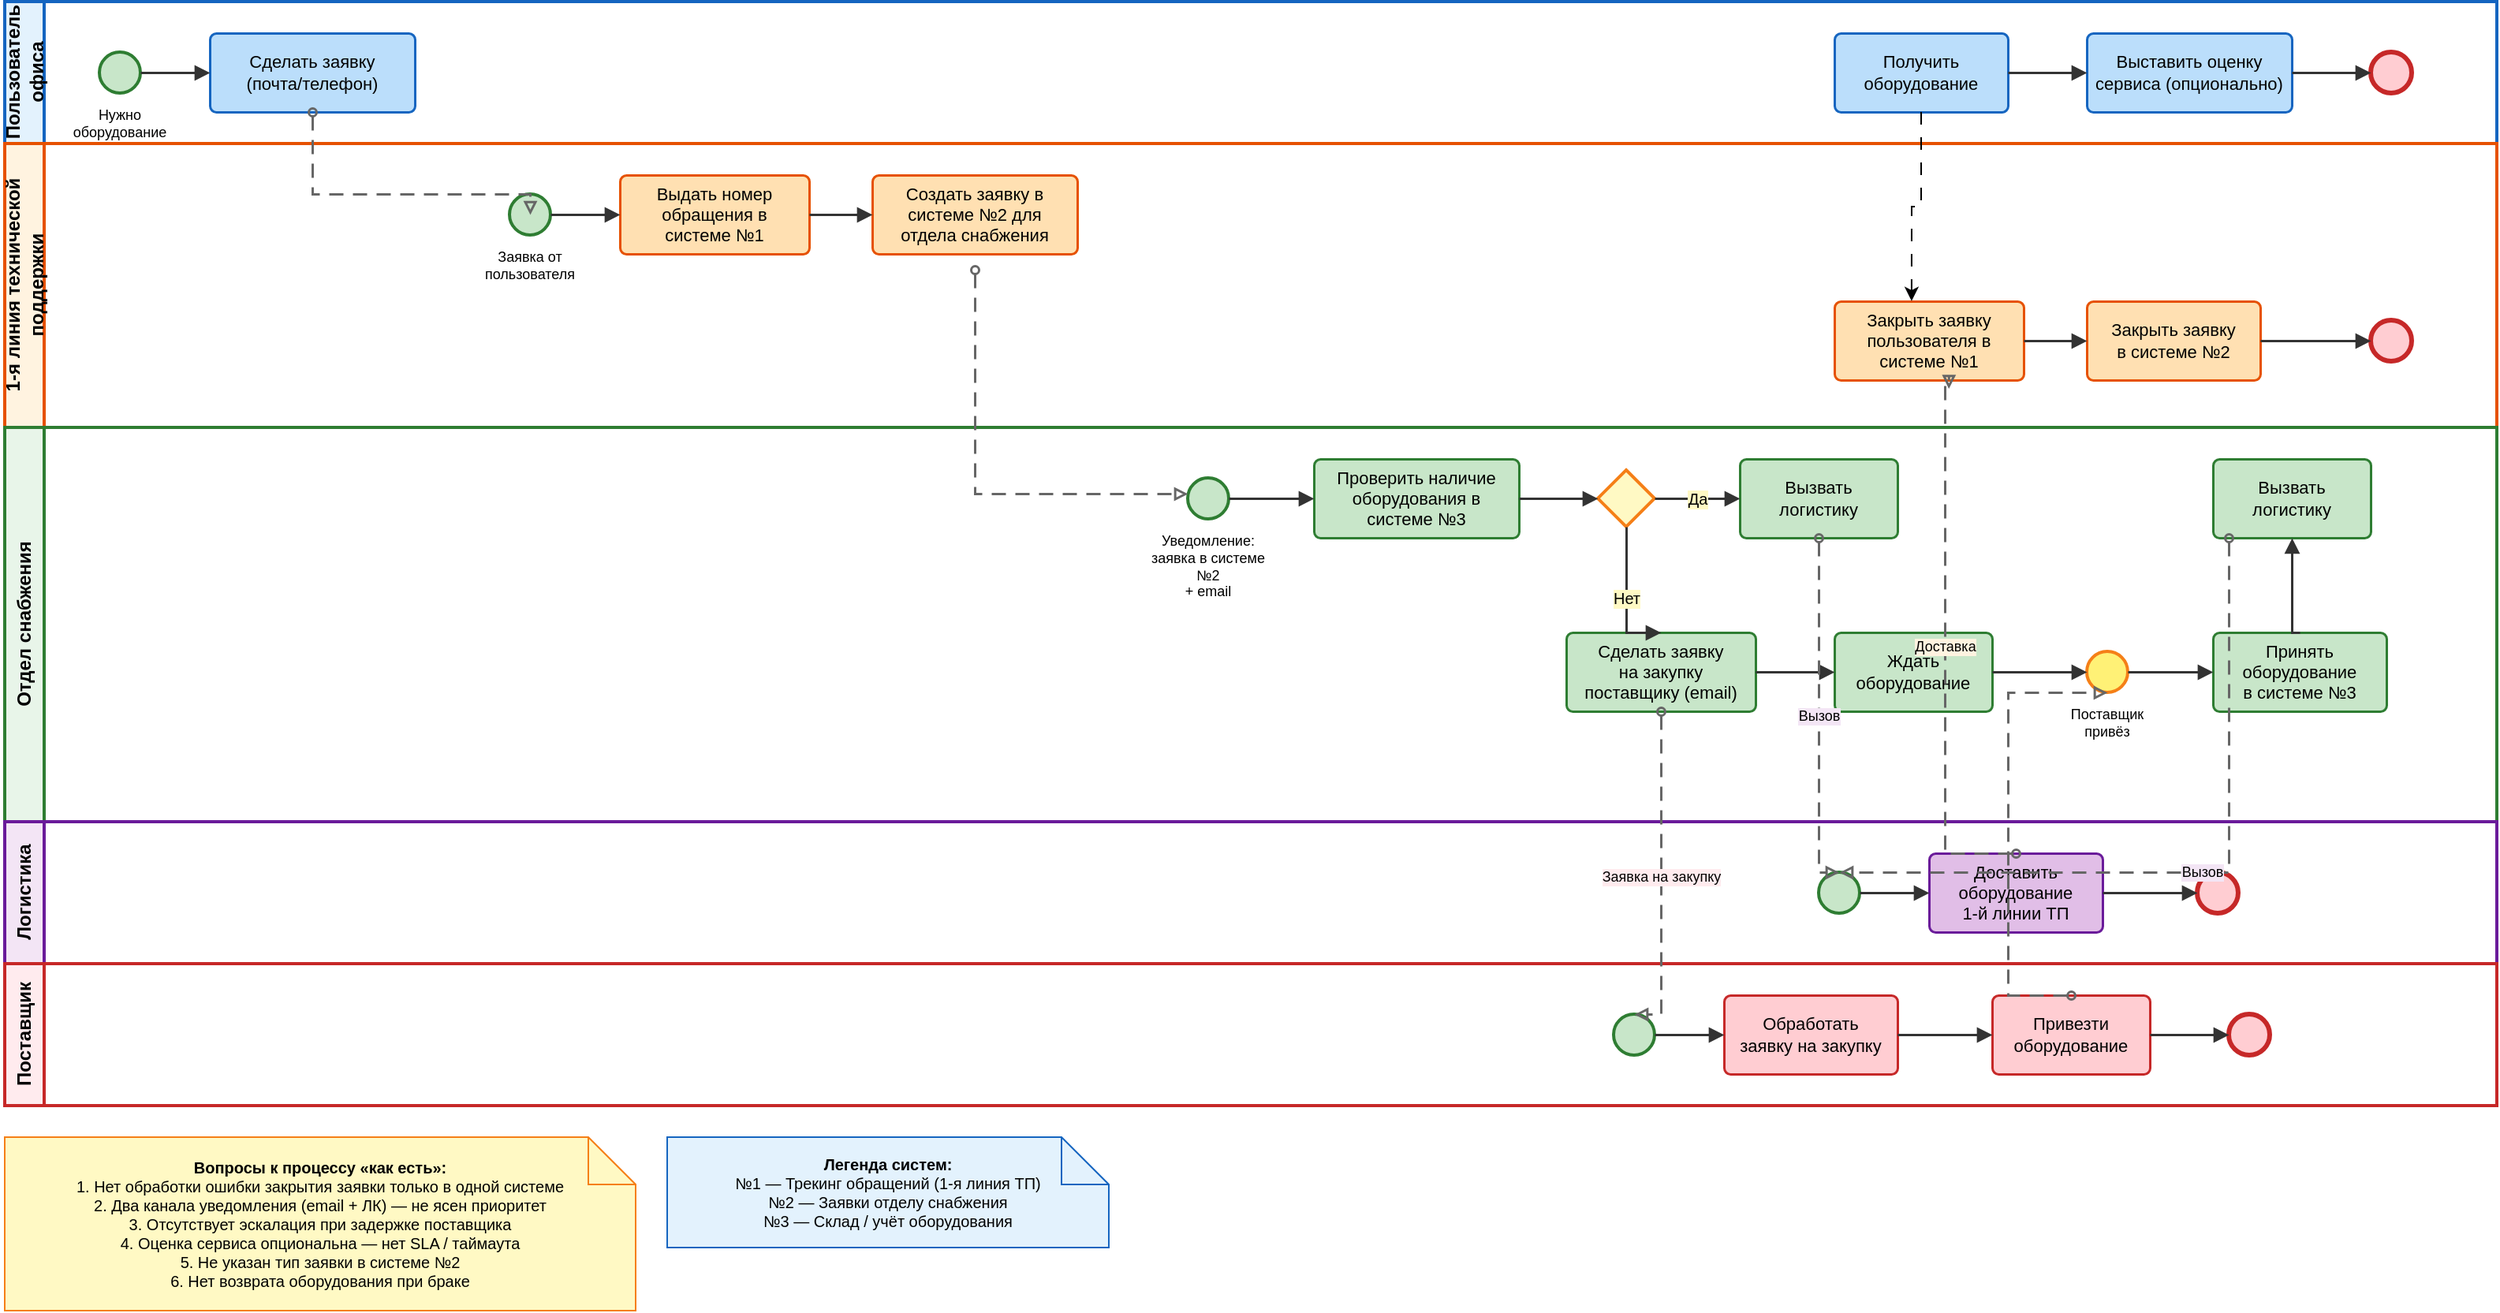
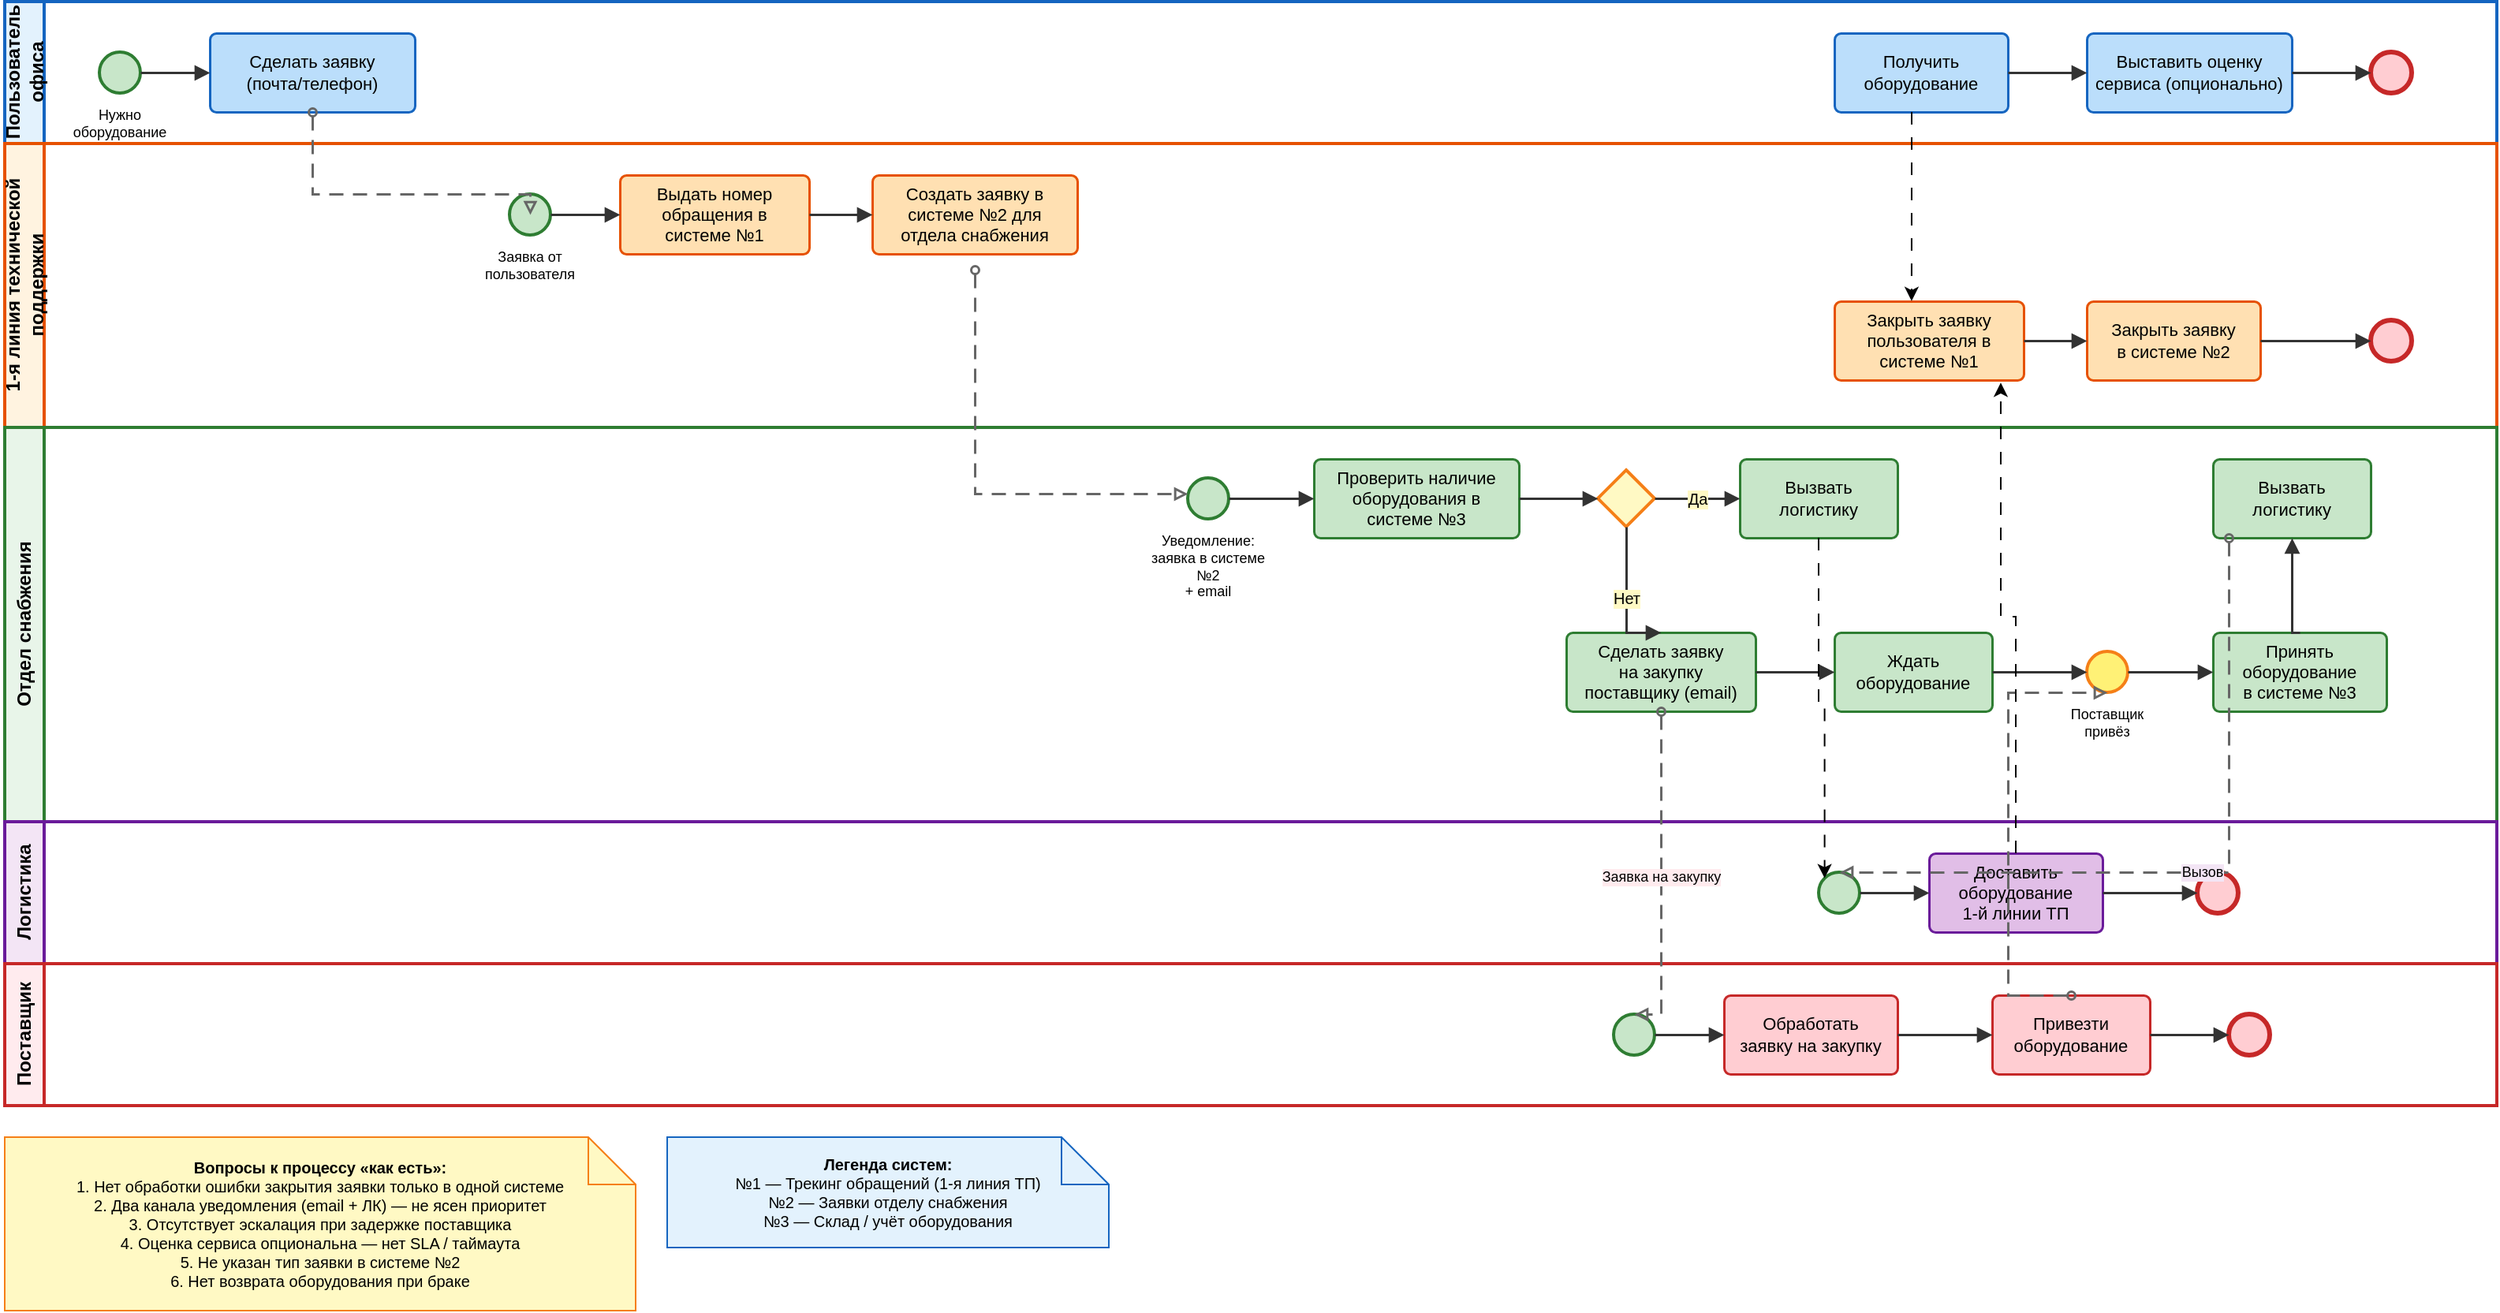
<mxfile host="app.diagrams.net" agent="Kimi">
  <diagram name="BPMN IT Equipment" id="it-equipment-bpmn">
    <mxGraphModel dx="2308" dy="875" grid="1" gridSize="10" guides="1" tooltips="1" connect="1" arrows="1" fold="1" page="1" pageScale="1" pageWidth="1700" pageHeight="1100" math="0" shadow="0">
      <root>
        <mxCell id="0" />
        <mxCell id="1" parent="0" />
        <mxCell id="pool-user" parent="1" style="swimlane;horizontal=0;startSize=25;swimlaneLine=1;collapsible=0;fontStyle=1;fillColor=#E3F2FD;strokeColor=#1565C0;strokeWidth=2;fontSize=12;whiteSpace=wrap;" value="Пользователь офиса" vertex="1">
          <mxGeometry height="90" width="1580" x="40" y="40" as="geometry" />
        </mxCell>
        <mxCell id="start-user" parent="pool-user" style="ellipse;whiteSpace=wrap;html=1;aspect=fixed;fillColor=#C8E6C9;strokeColor=#2E7D32;strokeWidth=2;" value="" vertex="1">
          <mxGeometry height="26" width="26" x="60" y="32" as="geometry" />
        </mxCell>
        <mxCell id="lbl-start-user" parent="pool-user" style="text;html=1;strokeColor=none;fillColor=none;align=center;verticalAlign=top;whiteSpace=wrap;rounded=0;fontSize=9;" value="Нужно&#xa;оборудование" vertex="1">
          <mxGeometry height="28" width="60" x="43" y="60" as="geometry" />
        </mxCell>
        <mxCell id="task-req" parent="pool-user" style="rounded=1;whiteSpace=wrap;html=1;arcSize=8;fillColor=#BBDEFB;strokeColor=#1565C0;strokeWidth=1.5;fontSize=11;" value="Сделать заявку&#xa;(почта/телефон)" vertex="1">
          <mxGeometry height="50" width="130" x="130" y="20" as="geometry" />
        </mxCell>
        <mxCell id="task-receive" parent="pool-user" style="rounded=1;whiteSpace=wrap;html=1;arcSize=8;fillColor=#BBDEFB;strokeColor=#1565C0;strokeWidth=1.5;fontSize=11;" value="Получить&#xa;оборудование" vertex="1">
          <mxGeometry height="50" width="110" x="1160" y="20" as="geometry" />
        </mxCell>
        <mxCell id="task-rate" parent="pool-user" style="rounded=1;whiteSpace=wrap;html=1;arcSize=8;fillColor=#BBDEFB;strokeColor=#1565C0;strokeWidth=1.5;fontSize=11;" value="Выставить оценку&#xa;сервиса (опционально)" vertex="1">
          <mxGeometry height="50" width="130" x="1320" y="20" as="geometry" />
        </mxCell>
        <mxCell id="end-user" parent="pool-user" style="ellipse;whiteSpace=wrap;html=1;aspect=fixed;fillColor=#FFCDD2;strokeColor=#C62828;strokeWidth=3;" value="" vertex="1">
          <mxGeometry height="26" width="26" x="1500" y="32" as="geometry" />
        </mxCell>
        <mxCell id="sf1" edge="1" parent="pool-user" source="start-user" style="edgeStyle=orthogonalEdgeStyle;rounded=0;orthogonalLoop=1;jettySize=auto;html=1;exitX=1;exitY=0.5;exitDx=0;exitDy=0;entryX=0;entryY=0.5;entryDx=0;entryDy=0;strokeColor=#333333;strokeWidth=1.5;endArrow=block;endFill=1;" target="task-req" value="">
          <mxGeometry relative="1" as="geometry" />
        </mxCell>
        <mxCell id="sf2" edge="1" parent="pool-user" source="task-receive" style="edgeStyle=orthogonalEdgeStyle;rounded=0;orthogonalLoop=1;jettySize=auto;html=1;exitX=1;exitY=0.5;exitDx=0;exitDy=0;entryX=0;entryY=0.5;entryDx=0;entryDy=0;strokeColor=#333333;strokeWidth=1.5;endArrow=block;endFill=1;" target="task-rate" value="">
          <mxGeometry relative="1" as="geometry" />
        </mxCell>
        <mxCell id="sf3" edge="1" parent="pool-user" source="task-rate" style="edgeStyle=orthogonalEdgeStyle;rounded=0;orthogonalLoop=1;jettySize=auto;html=1;exitX=1;exitY=0.5;exitDx=0;exitDy=0;entryX=0;entryY=0.5;entryDx=0;entryDy=0;strokeColor=#333333;strokeWidth=1.5;endArrow=block;endFill=1;" target="end-user" value="">
          <mxGeometry relative="1" as="geometry" />
        </mxCell>
        <mxCell id="pool-l1" parent="1" style="swimlane;horizontal=0;startSize=25;swimlaneLine=1;collapsible=0;fontStyle=1;fillColor=#FFF3E0;strokeColor=#E65100;strokeWidth=2;fontSize=12;whiteSpace=wrap;" value="1-я линия технической поддержки" vertex="1">
          <mxGeometry height="180" width="1580" x="40" y="130" as="geometry" />
        </mxCell>
        <mxCell id="start-l1" parent="pool-l1" style="ellipse;whiteSpace=wrap;html=1;aspect=fixed;fillColor=#C8E6C9;strokeColor=#2E7D32;strokeWidth=2;" value="" vertex="1">
          <mxGeometry height="26" width="26" x="320" y="32" as="geometry" />
        </mxCell>
        <mxCell id="lbl-start-l1" parent="pool-l1" style="text;html=1;strokeColor=none;fillColor=none;align=center;verticalAlign=top;whiteSpace=wrap;rounded=0;fontSize=9;" value="Заявка от&#xa;пользователя" vertex="1">
          <mxGeometry height="28" width="60" x="303" y="60" as="geometry" />
        </mxCell>
        <mxCell id="task-ticket1" parent="pool-l1" style="rounded=1;whiteSpace=wrap;html=1;arcSize=8;fillColor=#FFE0B2;strokeColor=#E65100;strokeWidth=1.5;fontSize=11;" value="Выдать номер&#xa;обращения в&#xa;системе №1" vertex="1">
          <mxGeometry height="50" width="120" x="390" y="20" as="geometry" />
        </mxCell>
        <mxCell id="task-create-req" parent="pool-l1" style="rounded=1;whiteSpace=wrap;html=1;arcSize=8;fillColor=#FFE0B2;strokeColor=#E65100;strokeWidth=1.5;fontSize=11;" value="Создать заявку в&#xa;системе №2 для&#xa;отдела снабжения" vertex="1">
          <mxGeometry height="50" width="130" x="550" y="20" as="geometry" />
        </mxCell>
        <mxCell id="task-close1" parent="pool-l1" style="rounded=1;whiteSpace=wrap;html=1;arcSize=8;fillColor=#FFE0B2;strokeColor=#E65100;strokeWidth=1.5;fontSize=11;" value="Закрыть заявку&#xa;пользователя в&#xa;системе №1" vertex="1">
          <mxGeometry height="50" width="120" x="1160" y="100" as="geometry" />
        </mxCell>
        <mxCell id="task-close2" parent="pool-l1" style="rounded=1;whiteSpace=wrap;html=1;arcSize=8;fillColor=#FFE0B2;strokeColor=#E65100;strokeWidth=1.5;fontSize=11;" value="Закрыть заявку&#xa;в системе №2" vertex="1">
          <mxGeometry height="50" width="110" x="1320" y="100" as="geometry" />
        </mxCell>
        <mxCell id="end-l1" parent="pool-l1" style="ellipse;whiteSpace=wrap;html=1;aspect=fixed;fillColor=#FFCDD2;strokeColor=#C62828;strokeWidth=3;" value="" vertex="1">
          <mxGeometry height="26" width="26" x="1500" y="112" as="geometry" />
        </mxCell>
        <mxCell id="sf4" edge="1" parent="pool-l1" source="start-l1" style="edgeStyle=orthogonalEdgeStyle;rounded=0;orthogonalLoop=1;jettySize=auto;html=1;exitX=1;exitY=0.5;exitDx=0;exitDy=0;entryX=0;entryY=0.5;entryDx=0;entryDy=0;strokeColor=#333333;strokeWidth=1.5;endArrow=block;endFill=1;" target="task-ticket1" value="">
          <mxGeometry relative="1" as="geometry" />
        </mxCell>
        <mxCell id="sf5" edge="1" parent="pool-l1" source="task-ticket1" style="edgeStyle=orthogonalEdgeStyle;rounded=0;orthogonalLoop=1;jettySize=auto;html=1;exitX=1;exitY=0.5;exitDx=0;exitDy=0;entryX=0;entryY=0.5;entryDx=0;entryDy=0;strokeColor=#333333;strokeWidth=1.5;endArrow=block;endFill=1;" target="task-create-req" value="">
          <mxGeometry relative="1" as="geometry" />
        </mxCell>
        <mxCell id="sf6" edge="1" parent="pool-l1" source="task-close1" style="edgeStyle=orthogonalEdgeStyle;rounded=0;orthogonalLoop=1;jettySize=auto;html=1;exitX=1;exitY=0.5;exitDx=0;exitDy=0;entryX=0;entryY=0.5;entryDx=0;entryDy=0;strokeColor=#333333;strokeWidth=1.5;endArrow=block;endFill=1;" target="task-close2" value="">
          <mxGeometry relative="1" as="geometry" />
        </mxCell>
        <mxCell id="sf7" edge="1" parent="pool-l1" source="task-close2" style="edgeStyle=orthogonalEdgeStyle;rounded=0;orthogonalLoop=1;jettySize=auto;html=1;exitX=1;exitY=0.5;exitDx=0;exitDy=0;entryX=0;entryY=0.5;entryDx=0;entryDy=0;strokeColor=#333333;strokeWidth=1.5;endArrow=block;endFill=1;" target="end-l1" value="">
          <mxGeometry relative="1" as="geometry" />
        </mxCell>
        <mxCell id="pool-supply" parent="1" style="swimlane;horizontal=0;startSize=25;swimlaneLine=1;collapsible=0;fontStyle=1;fillColor=#E8F5E9;strokeColor=#2E7D32;strokeWidth=2;fontSize=12;whiteSpace=wrap;" value="Отдел снабжения" vertex="1">
          <mxGeometry height="250" width="1580" x="40" y="310" as="geometry" />
        </mxCell>
        <mxCell id="start-supply" parent="pool-supply" style="ellipse;whiteSpace=wrap;html=1;aspect=fixed;fillColor=#C8E6C9;strokeColor=#2E7D32;strokeWidth=2;" value="" vertex="1">
          <mxGeometry height="26" width="26" x="750" y="32" as="geometry" />
        </mxCell>
        <mxCell id="lbl-start-supply" parent="pool-supply" style="text;html=1;strokeColor=none;fillColor=none;align=center;verticalAlign=top;whiteSpace=wrap;rounded=0;fontSize=9;" value="Уведомление:&#xa;заявка в системе №2&#xa;+ email" vertex="1">
          <mxGeometry height="36" width="86" x="720" y="60" as="geometry" />
        </mxCell>
        <mxCell id="task-check" parent="pool-supply" style="rounded=1;whiteSpace=wrap;html=1;arcSize=8;fillColor=#C8E6C9;strokeColor=#2E7D32;strokeWidth=1.5;fontSize=11;" value="Проверить наличие&#xa;оборудования в&#xa;системе №3" vertex="1">
          <mxGeometry height="50" width="130" x="830" y="20" as="geometry" />
        </mxCell>
        <mxCell id="gateway-check" parent="pool-supply" style="rhombus;whiteSpace=wrap;html=1;fillColor=#FFF9C4;strokeColor=#F57F17;strokeWidth=2;" value="" vertex="1">
          <mxGeometry height="36" width="36" x="1010" y="27" as="geometry" />
        </mxCell>
        <mxCell id="task-call-log-yes" parent="pool-supply" style="rounded=1;whiteSpace=wrap;html=1;arcSize=8;fillColor=#C8E6C9;strokeColor=#2E7D32;strokeWidth=1.5;fontSize=11;" value="Вызвать&#xa;логистику" vertex="1">
          <mxGeometry height="50" width="100" x="1100" y="20" as="geometry" />
        </mxCell>
        <mxCell id="task-order" parent="pool-supply" style="rounded=1;whiteSpace=wrap;html=1;arcSize=8;fillColor=#C8E6C9;strokeColor=#2E7D32;strokeWidth=1.5;fontSize=11;" value="Сделать заявку&#xa;на закупку&#xa;поставщику (email)" vertex="1">
          <mxGeometry height="50" width="120" x="990" y="130" as="geometry" />
        </mxCell>
        <mxCell id="task-wait" parent="pool-supply" style="rounded=1;whiteSpace=wrap;html=1;arcSize=8;fillColor=#C8E6C9;strokeColor=#2E7D32;strokeWidth=1.5;fontSize=11;" value="Ждать&#xa;оборудование" vertex="1">
          <mxGeometry height="50" width="100" x="1160" y="130" as="geometry" />
        </mxCell>
        <mxCell id="event-receive" parent="pool-supply" style="ellipse;whiteSpace=wrap;html=1;aspect=fixed;fillColor=#FFF176;strokeColor=#F57F17;strokeWidth=2;" value="" vertex="1">
          <mxGeometry height="26" width="26" x="1320" y="142" as="geometry" />
        </mxCell>
        <mxCell id="lbl-receive" parent="pool-supply" style="text;html=1;strokeColor=none;fillColor=none;align=center;verticalAlign=top;whiteSpace=wrap;rounded=0;fontSize=9;" value="Поставщик&#xa;привёз" vertex="1">
          <mxGeometry height="24" width="60" x="1303" y="170" as="geometry" />
        </mxCell>
        <mxCell id="task-accept" parent="pool-supply" style="rounded=1;whiteSpace=wrap;html=1;arcSize=8;fillColor=#C8E6C9;strokeColor=#2E7D32;strokeWidth=1.5;fontSize=11;" value="Принять&#xa;оборудование&#xa;в системе №3" vertex="1">
          <mxGeometry height="50" width="110" x="1400" y="130" as="geometry" />
        </mxCell>
        <mxCell id="task-call-log-no" parent="pool-supply" style="rounded=1;whiteSpace=wrap;html=1;arcSize=8;fillColor=#C8E6C9;strokeColor=#2E7D32;strokeWidth=1.5;fontSize=11;" value="Вызвать&#xa;логистику" vertex="1">
          <mxGeometry height="50" width="100" x="1400" y="20" as="geometry" />
        </mxCell>
        <mxCell id="sf8" edge="1" parent="pool-supply" source="start-supply" style="edgeStyle=orthogonalEdgeStyle;rounded=0;orthogonalLoop=1;jettySize=auto;html=1;exitX=1;exitY=0.5;exitDx=0;exitDy=0;entryX=0;entryY=0.5;entryDx=0;entryDy=0;strokeColor=#333333;strokeWidth=1.5;endArrow=block;endFill=1;" target="task-check" value="">
          <mxGeometry relative="1" as="geometry" />
        </mxCell>
        <mxCell id="sf9" edge="1" parent="pool-supply" source="task-check" style="edgeStyle=orthogonalEdgeStyle;rounded=0;orthogonalLoop=1;jettySize=auto;html=1;exitX=1;exitY=0.5;exitDx=0;exitDy=0;entryX=0;entryY=0.5;entryDx=0;entryDy=0;strokeColor=#333333;strokeWidth=1.5;endArrow=block;endFill=1;" target="gateway-check" value="">
          <mxGeometry relative="1" as="geometry" />
        </mxCell>
        <mxCell id="sf10" edge="1" parent="pool-supply" source="gateway-check" style="edgeStyle=orthogonalEdgeStyle;rounded=0;orthogonalLoop=1;jettySize=auto;html=1;exitX=1;exitY=0.5;exitDx=0;exitDy=0;entryX=0;entryY=0.5;entryDx=0;entryDy=0;strokeColor=#333333;strokeWidth=1.5;endArrow=block;endFill=1;labelBackgroundColor=#FFF9C4;fontSize=10;" target="task-call-log-yes" value="Да">
          <mxGeometry relative="1" as="geometry" />
        </mxCell>
        <mxCell id="sf11" edge="1" parent="pool-supply" source="gateway-check" style="edgeStyle=orthogonalEdgeStyle;rounded=0;orthogonalLoop=1;jettySize=auto;html=1;exitX=0.5;exitY=1;exitDx=0;exitDy=0;entryX=0.5;entryY=0;entryDx=0;entryDy=0;strokeColor=#333333;strokeWidth=1.5;endArrow=block;endFill=1;labelBackgroundColor=#FFF9C4;fontSize=10;" target="task-order" value="Нет">
          <mxGeometry relative="1" as="geometry">
            <Array as="points">
              <mxPoint x="1028" y="130" />
            </Array>
          </mxGeometry>
        </mxCell>
        <mxCell id="sf12" edge="1" parent="pool-supply" source="task-order" style="edgeStyle=orthogonalEdgeStyle;rounded=0;orthogonalLoop=1;jettySize=auto;html=1;exitX=1;exitY=0.5;exitDx=0;exitDy=0;entryX=0;entryY=0.5;entryDx=0;entryDy=0;strokeColor=#333333;strokeWidth=1.5;endArrow=block;endFill=1;" target="task-wait" value="">
          <mxGeometry relative="1" as="geometry" />
        </mxCell>
        <mxCell id="sf13" edge="1" parent="pool-supply" source="task-wait" style="edgeStyle=orthogonalEdgeStyle;rounded=0;orthogonalLoop=1;jettySize=auto;html=1;exitX=1;exitY=0.5;exitDx=0;exitDy=0;entryX=0;entryY=0.5;entryDx=0;entryDy=0;strokeColor=#333333;strokeWidth=1.5;endArrow=block;endFill=1;" target="event-receive" value="">
          <mxGeometry relative="1" as="geometry" />
        </mxCell>
        <mxCell id="sf14" edge="1" parent="pool-supply" source="event-receive" style="edgeStyle=orthogonalEdgeStyle;rounded=0;orthogonalLoop=1;jettySize=auto;html=1;exitX=1;exitY=0.5;exitDx=0;exitDy=0;entryX=0;entryY=0.5;entryDx=0;entryDy=0;strokeColor=#333333;strokeWidth=1.5;endArrow=block;endFill=1;" target="task-accept" value="">
          <mxGeometry relative="1" as="geometry" />
        </mxCell>
        <mxCell id="sf15" edge="1" parent="pool-supply" source="task-accept" style="edgeStyle=orthogonalEdgeStyle;rounded=0;orthogonalLoop=1;jettySize=auto;html=1;exitX=0.5;exitY=0;exitDx=0;exitDy=0;entryX=0.5;entryY=1;entryDx=0;entryDy=0;strokeColor=#333333;strokeWidth=1.5;endArrow=block;endFill=1;" target="task-call-log-no" value="">
          <mxGeometry relative="1" as="geometry">
            <Array as="points">
              <mxPoint x="1450" y="130" />
            </Array>
          </mxGeometry>
        </mxCell>
        <mxCell id="mf2" edge="1" parent="pool-supply" style="edgeStyle=orthogonalEdgeStyle;rounded=0;orthogonalLoop=1;jettySize=auto;html=1;exitX=0.5;exitY=1;exitDx=0;exitDy=0;strokeColor=#666666;strokeWidth=1.5;dashed=1;dashPattern=6 4;startArrow=oval;startFill=0;startSize=5;endArrow=block;endFill=0;endSize=5;" value="">
          <mxGeometry relative="1" as="geometry">
            <Array as="points">
              <mxPoint x="615" y="42" />
            </Array>
            <mxPoint x="615" y="-100" as="sourcePoint" />
            <mxPoint x="750" y="42" as="targetPoint" />
          </mxGeometry>
        </mxCell>
        <mxCell id="pool-log" parent="1" style="swimlane;horizontal=0;startSize=25;swimlaneLine=1;collapsible=0;fontStyle=1;fillColor=#F3E5F5;strokeColor=#6A1B9A;strokeWidth=2;fontSize=12;whiteSpace=wrap;" value="Логистика" vertex="1">
          <mxGeometry height="90" width="1580" x="40" y="560" as="geometry" />
        </mxCell>
        <mxCell id="start-log" parent="pool-log" style="ellipse;whiteSpace=wrap;html=1;aspect=fixed;fillColor=#C8E6C9;strokeColor=#2E7D32;strokeWidth=2;" value="" vertex="1">
          <mxGeometry height="26" width="26" x="1150" y="32" as="geometry" />
        </mxCell>
        <mxCell id="task-deliver" parent="pool-log" style="rounded=1;whiteSpace=wrap;html=1;arcSize=8;fillColor=#E1BEE7;strokeColor=#6A1B9A;strokeWidth=1.5;fontSize=11;" value="Доставить&#xa;оборудование&#xa;1-й линии ТП" vertex="1">
          <mxGeometry height="50" width="110" x="1220" y="20" as="geometry" />
        </mxCell>
        <mxCell id="end-log" parent="pool-log" style="ellipse;whiteSpace=wrap;html=1;aspect=fixed;fillColor=#FFCDD2;strokeColor=#C62828;strokeWidth=3;" value="" vertex="1">
          <mxGeometry height="26" width="26" x="1390" y="32" as="geometry" />
        </mxCell>
        <mxCell id="sf16" edge="1" parent="pool-log" source="start-log" style="edgeStyle=orthogonalEdgeStyle;rounded=0;orthogonalLoop=1;jettySize=auto;html=1;exitX=1;exitY=0.5;exitDx=0;exitDy=0;entryX=0;entryY=0.5;entryDx=0;entryDy=0;strokeColor=#333333;strokeWidth=1.5;endArrow=block;endFill=1;" target="task-deliver" value="">
          <mxGeometry relative="1" as="geometry" />
        </mxCell>
        <mxCell id="sf17" edge="1" parent="pool-log" source="task-deliver" style="edgeStyle=orthogonalEdgeStyle;rounded=0;orthogonalLoop=1;jettySize=auto;html=1;exitX=1;exitY=0.5;exitDx=0;exitDy=0;entryX=0;entryY=0.5;entryDx=0;entryDy=0;strokeColor=#333333;strokeWidth=1.5;endArrow=block;endFill=1;" target="end-log" value="">
          <mxGeometry relative="1" as="geometry" />
        </mxCell>
        <mxCell id="pool-vendor" parent="1" style="swimlane;horizontal=0;startSize=25;swimlaneLine=1;collapsible=0;fontStyle=1;fillColor=#FFEBEE;strokeColor=#C62828;strokeWidth=2;fontSize=12;whiteSpace=wrap;" value="Поставщик" vertex="1">
          <mxGeometry height="90" width="1580" x="40" y="650" as="geometry" />
        </mxCell>
        <mxCell id="start-vendor" parent="pool-vendor" style="ellipse;whiteSpace=wrap;html=1;aspect=fixed;fillColor=#C8E6C9;strokeColor=#2E7D32;strokeWidth=2;" value="" vertex="1">
          <mxGeometry height="26" width="26" x="1020" y="32" as="geometry" />
        </mxCell>
        <mxCell id="task-process" parent="pool-vendor" style="rounded=1;whiteSpace=wrap;html=1;arcSize=8;fillColor=#FFCDD2;strokeColor=#C62828;strokeWidth=1.5;fontSize=11;" value="Обработать&#xa;заявку на закупку" vertex="1">
          <mxGeometry height="50" width="110" x="1090" y="20" as="geometry" />
        </mxCell>
        <mxCell id="task-ship" parent="pool-vendor" style="rounded=1;whiteSpace=wrap;html=1;arcSize=8;fillColor=#FFCDD2;strokeColor=#C62828;strokeWidth=1.5;fontSize=11;" value="Привезти&#xa;оборудование" vertex="1">
          <mxGeometry height="50" width="100" x="1260" y="20" as="geometry" />
        </mxCell>
        <mxCell id="end-vendor" parent="pool-vendor" style="ellipse;whiteSpace=wrap;html=1;aspect=fixed;fillColor=#FFCDD2;strokeColor=#C62828;strokeWidth=3;" value="" vertex="1">
          <mxGeometry height="26" width="26" x="1410" y="32" as="geometry" />
        </mxCell>
        <mxCell id="sf18" edge="1" parent="pool-vendor" source="start-vendor" style="edgeStyle=orthogonalEdgeStyle;rounded=0;orthogonalLoop=1;jettySize=auto;html=1;exitX=1;exitY=0.5;exitDx=0;exitDy=0;entryX=0;entryY=0.5;entryDx=0;entryDy=0;strokeColor=#333333;strokeWidth=1.5;endArrow=block;endFill=1;" target="task-process" value="">
          <mxGeometry relative="1" as="geometry" />
        </mxCell>
        <mxCell id="sf19" edge="1" parent="pool-vendor" source="task-process" style="edgeStyle=orthogonalEdgeStyle;rounded=0;orthogonalLoop=1;jettySize=auto;html=1;exitX=1;exitY=0.5;exitDx=0;exitDy=0;entryX=0;entryY=0.5;entryDx=0;entryDy=0;strokeColor=#333333;strokeWidth=1.5;endArrow=block;endFill=1;" target="task-ship" value="">
          <mxGeometry relative="1" as="geometry" />
        </mxCell>
        <mxCell id="sf20" edge="1" parent="pool-vendor" source="task-ship" style="edgeStyle=orthogonalEdgeStyle;rounded=0;orthogonalLoop=1;jettySize=auto;html=1;exitX=1;exitY=0.5;exitDx=0;exitDy=0;entryX=0;entryY=0.5;entryDx=0;entryDy=0;strokeColor=#333333;strokeWidth=1.5;endArrow=block;endFill=1;" target="end-vendor" value="">
          <mxGeometry relative="1" as="geometry" />
        </mxCell>
        <mxCell id="mf1" edge="1" parent="1" source="task-req" style="edgeStyle=orthogonalEdgeStyle;rounded=0;orthogonalLoop=1;jettySize=auto;html=1;exitX=0.5;exitY=1;exitDx=0;exitDy=0;strokeColor=#666666;strokeWidth=1.5;dashed=1;dashPattern=6 4;startArrow=oval;startFill=0;startSize=5;endArrow=block;endFill=0;endSize=5;" value="">
          <mxGeometry relative="1" as="geometry">
            <Array as="points">
              <mxPoint x="235" y="162" />
            </Array>
            <mxPoint x="373" y="175" as="targetPoint" />
          </mxGeometry>
        </mxCell>
-         <mxCell id="mf3" edge="1" parent="1" source="task-call-log-yes" style="edgeStyle=orthogonalEdgeStyle;rounded=0;orthogonalLoop=1;jettySize=auto;html=1;exitX=0.5;exitY=1;exitDx=0;exitDy=0;entryX=0.5;entryY=0;entryDx=0;entryDy=0;strokeColor=#666666;strokeWidth=1.5;dashed=1;dashPattern=6 4;startArrow=oval;startFill=0;startSize=5;endArrow=block;endFill=0;endSize=5;fontSize=9;labelBackgroundColor=#F3E5F5;" target="start-log" value="Вызов">
-           <mxGeometry relative="1" as="geometry">
-             <Array as="points">
-               <mxPoint x="1190" y="592" />
-             </Array>
-           </mxGeometry>
-         </mxCell>
        <mxCell id="mf4" edge="1" parent="1" style="edgeStyle=orthogonalEdgeStyle;rounded=0;orthogonalLoop=1;jettySize=auto;html=1;entryX=0.5;entryY=0;entryDx=0;entryDy=0;strokeColor=#666666;strokeWidth=1.5;dashed=1;dashPattern=6 4;startArrow=oval;startFill=0;startSize=5;endArrow=block;endFill=0;endSize=5;fontSize=9;labelBackgroundColor=#F3E5F5;" target="start-log" value="Вызов">
          <mxGeometry relative="1" as="geometry">
            <Array as="points">
              <mxPoint x="1450" y="380" />
              <mxPoint x="1450" y="592" />
            </Array>
            <mxPoint x="1450" y="380" as="sourcePoint" />
          </mxGeometry>
        </mxCell>
        <mxCell id="mf5" edge="1" parent="1" source="task-order" style="edgeStyle=orthogonalEdgeStyle;rounded=0;orthogonalLoop=1;jettySize=auto;html=1;exitX=0.5;exitY=1;exitDx=0;exitDy=0;entryX=0.5;entryY=0;entryDx=0;entryDy=0;strokeColor=#666666;strokeWidth=1.5;dashed=1;dashPattern=6 4;startArrow=oval;startFill=0;startSize=5;endArrow=block;endFill=0;endSize=5;fontSize=9;labelBackgroundColor=#FFEBEE;" target="start-vendor" value="Заявка на закупку">
          <mxGeometry relative="1" as="geometry">
            <Array as="points">
              <mxPoint x="1090" y="682" />
            </Array>
          </mxGeometry>
        </mxCell>
        <mxCell id="mf6" edge="1" parent="1" source="task-ship" style="edgeStyle=orthogonalEdgeStyle;rounded=0;orthogonalLoop=1;jettySize=auto;html=1;exitX=0.5;exitY=0;exitDx=0;exitDy=0;entryX=0.5;entryY=1;entryDx=0;entryDy=0;strokeColor=#666666;strokeWidth=1.5;dashed=1;dashPattern=6 4;startArrow=oval;startFill=0;startSize=5;endArrow=block;endFill=0;endSize=5;" target="event-receive" value="">
          <mxGeometry relative="1" as="geometry">
            <Array as="points">
              <mxPoint x="1310" y="670" />
              <mxPoint x="1310" y="478" />
            </Array>
          </mxGeometry>
        </mxCell>
-         <mxCell id="mf7" edge="1" parent="1" source="task-deliver" style="edgeStyle=orthogonalEdgeStyle;rounded=0;orthogonalLoop=1;jettySize=auto;html=1;exitX=0.5;exitY=0;exitDx=0;exitDy=0;entryX=0.603;entryY=1.106;entryDx=0;entryDy=0;strokeColor=#666666;strokeWidth=1.5;dashed=1;dashPattern=6 4;startArrow=oval;startFill=0;startSize=5;endArrow=block;endFill=0;endSize=5;fontSize=9;labelBackgroundColor=#FFF3E0;entryPerimeter=0;" target="task-close1" value="Доставка">
-           <mxGeometry relative="1" as="geometry">
-             <Array as="points">
-               <mxPoint x="1270" y="580" />
-               <mxPoint x="1270" y="280" />
-               <mxPoint x="1272" y="280" />
-             </Array>
-           </mxGeometry>
-         </mxCell>
        <mxCell id="note1" parent="1" style="shape=note;whiteSpace=wrap;html=1;backgroundOutline=1;fillColor=#FFF9C4;strokeColor=#F57F17;fontSize=10;" value="&lt;b&gt;Вопросы к процессу «как есть»:&lt;/b&gt;&lt;br&gt;1. Нет обработки ошибки закрытия заявки только в одной системе&lt;br&gt;2. Два канала уведомления (email + ЛК) — не ясен приоритет&lt;br&gt;3. Отсутствует эскалация при задержке поставщика&lt;br&gt;4. Оценка сервиса опциональна — нет SLA / таймаута&lt;br&gt;5. Не указан тип заявки в системе №2&lt;br&gt;6. Нет возврата оборудования при браке" vertex="1">
          <mxGeometry height="110" width="400" x="40" y="760" as="geometry" />
        </mxCell>
        <mxCell id="note2" parent="1" style="shape=note;whiteSpace=wrap;html=1;backgroundOutline=1;fillColor=#E3F2FD;strokeColor=#1565C0;fontSize=10;" value="&lt;b&gt;Легенда систем:&lt;/b&gt;&lt;br&gt;№1 — Трекинг обращений (1-я линия ТП)&lt;br&gt;№2 — Заявки отделу снабжения&lt;br&gt;№3 — Склад / учёт оборудования" vertex="1">
          <mxGeometry height="70" width="280" x="460" y="760" as="geometry" />
        </mxCell>
        <mxCell id="XbenKFMrG471u0wiNJ-_-3" edge="1" parent="1" source="task-receive" style="edgeStyle=orthogonalEdgeStyle;rounded=0;orthogonalLoop=1;jettySize=auto;html=1;entryX=0.408;entryY=-0.002;entryDx=0;entryDy=0;entryPerimeter=0;dashed=1;dashPattern=8 8;" target="task-close1">
-           <mxGeometry relative="1" as="geometry" />
+           <mxGeometry relative="1" as="geometry">
+             <Array as="points">
+               <mxPoint x="1249" y="140" />
+               <mxPoint x="1249" y="140" />
+             </Array>
+           </mxGeometry>
+         </mxCell>
+         <mxCell id="XbenKFMrG471u0wiNJ-_-9" edge="1" parent="1" source="task-call-log-yes" style="edgeStyle=orthogonalEdgeStyle;rounded=0;orthogonalLoop=1;jettySize=auto;html=1;exitX=0.5;exitY=1;exitDx=0;exitDy=0;entryX=0;entryY=0;entryDx=0;entryDy=0;dashed=1;dashPattern=8 8;" target="start-log">
+           <mxGeometry relative="1" as="geometry" />
+         </mxCell>
+         <mxCell id="XbenKFMrG471u0wiNJ-_-11" edge="1" parent="1" source="task-deliver" style="edgeStyle=orthogonalEdgeStyle;rounded=0;orthogonalLoop=1;jettySize=auto;html=1;entryX=0.879;entryY=1.032;entryDx=0;entryDy=0;entryPerimeter=0;dashed=1;dashPattern=8 8;" target="task-close1">
+           <mxGeometry relative="1" as="geometry">
+             <Array as="points">
+               <mxPoint x="1315" y="430" />
+               <mxPoint x="1306" y="430" />
+             </Array>
+           </mxGeometry>
        </mxCell>
      </root>
    </mxGraphModel>
  </diagram>
</mxfile>
